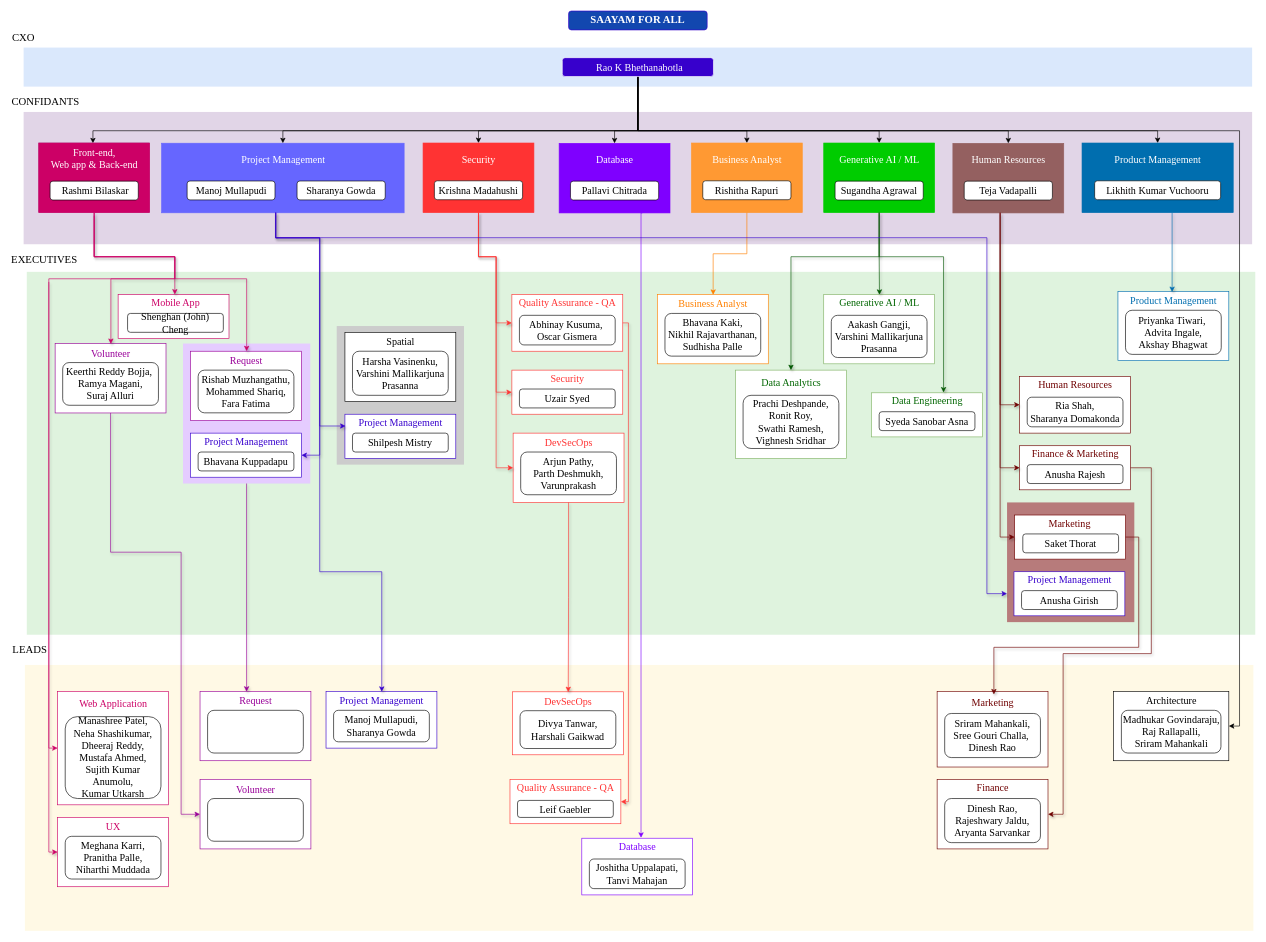
PallaviChitrada10/PallaviChitrada10 keeps this draw.io diagram as saayam_organizationchart.drawio. Above is the earlier version. Source tidied: cells renumbered, new cells numbered last; positions are measured from the earlier drawing's top-left corner, leaving out a move shared by most shapes. Both pictures are drawn from the tidied source at 63%, with x=0, y=0 at pixel (11, 11).
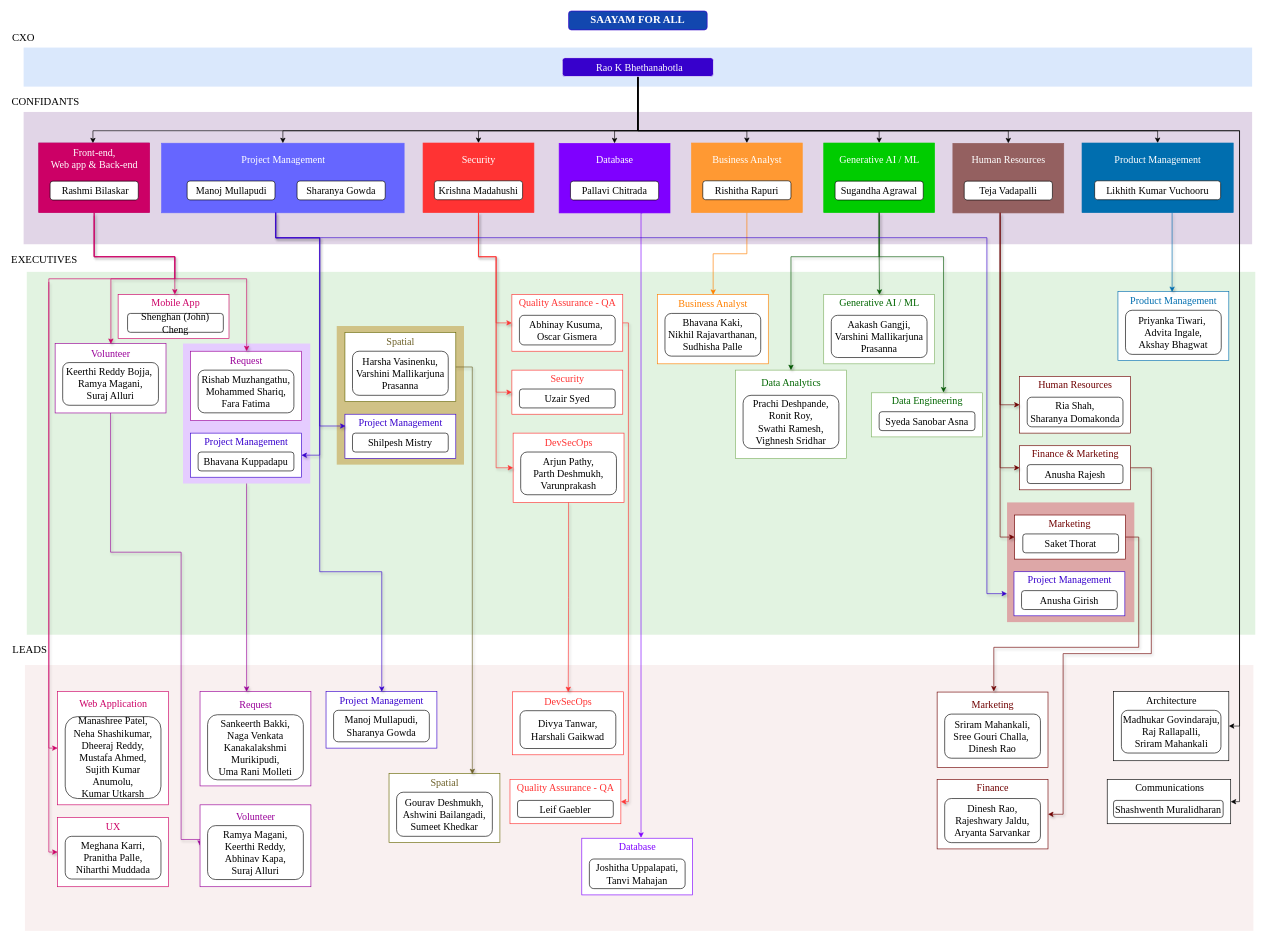
The same diagram, later.

Unchanged cells that the change refers to:
```xml
<mxCell id="16" value="&lt;p class=&quot;MsoNormal&quot; style=&quot;text-indent: 0.5in;&quot;&gt;&lt;font face=&quot;Garamond&quot; style=&quot;font-size: 16px; color: rgb(255, 255, 255);&quot;&gt;&amp;nbsp;Rao K Bhethanabotla&lt;/font&gt;&lt;/p&gt;" style="rounded=1;whiteSpace=wrap;html=1;fontFamily=Garamond;align=left;fillColor=#3700CC;strokeColor=#FFFFFF;" parent="1" vertex="1">
  <mxGeometry x="875" y="74" width="240" height="30" as="geometry" />
</mxCell>
<mxCell id="100" style="group;" parent="1" vertex="1">
  <mxGeometry x="530" y="530" width="189" height="212.2" as="geometry" />
</mxCell>
<mxCell id="116" style="group;" parent="1" vertex="1">
  <mxGeometry x="1581" y="800" width="202" height="180" as="geometry" />
</mxCell>
<mxCell id="118" style="rounded=0;whiteSpace=wrap;html=1;strokeColor=#6F0000;fillColor=light-dark(#ffffff, #1f2f1e);fontFamily=Garamond;" parent="116" vertex="1">
  <mxGeometry x="12" width="176" height="70" as="geometry" />
</mxCell>
<mxCell id="133" style="rounded=0;whiteSpace=wrap;html=1;strokeColor=#990099;fillColor=light-dark(#ffffff, #1f2f1e);fontFamily=Garamond;" parent="132" vertex="1">
  <mxGeometry width="176" height="110" as="geometry" />
</mxCell>
```

The edit, as a diff of the source:
```diff
@@
-    <mxCell id="2" style="rounded=0;whiteSpace=wrap;html=1;strokeColor=none;fillColor=light-dark(#fff9e5, #281d00);fontFamily=Garamond;" parent="1" vertex="1">
+    <mxCell id="2" style="rounded=0;whiteSpace=wrap;html=1;strokeColor=none;fillColor=light-dark(#f9f0f0, #281d00);fontFamily=Garamond;" parent="1" vertex="1">
       <mxGeometry x="22" y="1038" width="1950" height="422" as="geometry" />
     </mxCell>
-    <mxCell id="3" style="rounded=0;whiteSpace=wrap;html=1;strokeColor=none;fillColor=#DFF3DE;fontFamily=Garamond;" parent="1" vertex="1">
+    <mxCell id="3" style="rounded=0;whiteSpace=wrap;html=1;strokeColor=none;fillColor=light-dark(#E2F3E1,#152614);fontFamily=Garamond;" parent="1" vertex="1">
       <mxGeometry x="25" y="414" width="1950" height="576" as="geometry" />
     </mxCell>
@@
+    <mxCell id="226" style="edgeStyle=orthogonalEdgeStyle;rounded=0;jettySize=auto;html=1;exitX=0.5;exitY=1;exitDx=0;exitDy=0;entryX=1;entryY=0.5;entryDx=0;entryDy=0;" parent="1" edge="1" source="16" target="232">
+      <mxGeometry relative="1" as="geometry">
+        <Array as="points">
+          <mxPoint x="995" y="190" />
+          <mxPoint x="1950" y="190" />
+          <mxPoint x="1950" y="1255" />
+        </Array>
+      </mxGeometry>
+    </mxCell>
@@
-    <mxCell id="101" style="rounded=0;whiteSpace=wrap;html=1;strokeColor=none;fillColor=#CCCCCC;fontFamily=Garamond;" parent="100" vertex="1">
+    <mxCell id="101" style="rounded=0;whiteSpace=wrap;html=1;strokeColor=none;fillColor=light-dark(#d0c286, #a89d6d);fontFamily=Garamond;" parent="100" vertex="1">
       <mxGeometry x="-13" y="-30" width="202" height="220" as="geometry" />
     </mxCell>
-    <mxCell id="102" style="rounded=0;whiteSpace=wrap;html=1;strokeColor=#000000;fillColor=light-dark(#ffffff, #1f2f1e);fontFamily=Garamond;" parent="100" vertex="1">
+    <mxCell id="102" style="rounded=0;whiteSpace=wrap;html=1;strokeColor=#666600;fillColor=light-dark(#ffffff, #1f2f1e);fontFamily=Garamond;" parent="100" vertex="1">
       <mxGeometry y="-20" width="176" height="110" as="geometry" />
     </mxCell>
-    <mxCell id="103" value="&lt;font face=&quot;Garamond&quot;&gt;&lt;span style=&quot;font-size: 16px;&quot;&gt;Spatial&lt;/span&gt;&lt;/font&gt;" style="text;html=1;whiteSpace=wrap;strokeColor=none;fillColor=none;align=center;verticalAlign=middle;rounded=0;" parent="100" vertex="1">
+    <mxCell id="103" value="&lt;font face=&quot;Garamond&quot; style=&quot;color: rgb(108, 96, 40);&quot;&gt;&lt;span style=&quot;font-size: 16px;&quot;&gt;Spatial&lt;/span&gt;&lt;/font&gt;" style="text;html=1;whiteSpace=wrap;strokeColor=none;fillColor=none;align=center;verticalAlign=middle;rounded=0;" parent="100" vertex="1">
       <mxGeometry x="1" y="-18.6" width="175" height="24.4" as="geometry" />
     </mxCell>
@@
-    <mxCell id="117" style="rounded=0;whiteSpace=wrap;html=1;strokeColor=none;fillColor=light-dark(#b77b7b, #ffc5c5);fontFamily=Garamond;" parent="116" vertex="1">
+    <mxCell id="117" style="rounded=0;whiteSpace=wrap;html=1;strokeColor=none;fillColor=light-dark(#dda7a7, #ffc5c5);fontFamily=Garamond;" parent="116" vertex="1">
       <mxGeometry y="-20" width="202" height="190" as="geometry" />
     </mxCell>
@@
     <mxCell id="176" style="group;" parent="1" vertex="1">
-      <mxGeometry x="300" y="1080" width="176" height="110" as="geometry" />
+      <mxGeometry x="300" y="1080" width="176" height="150" as="geometry" />
     </mxCell>
     <mxCell id="177" style="rounded=0;whiteSpace=wrap;html=1;strokeColor=#990099;fillColor=light-dark(#ffffff, #1f2f1e);fontFamily=Garamond;" parent="176" vertex="1">
-      <mxGeometry width="176" height="110" as="geometry" />
+      <mxGeometry width="176" height="150" as="geometry" />
     </mxCell>
     <mxCell id="178" value="&lt;font face=&quot;Garamond&quot; style=&quot;color: rgb(153, 0, 153);&quot;&gt;&lt;span style=&quot;font-size: 16px;&quot;&gt;Request&lt;/span&gt;&lt;/font&gt;" style="text;html=1;whiteSpace=wrap;strokeColor=none;fillColor=none;align=center;verticalAlign=middle;rounded=0;" parent="176" vertex="1">
-      <mxGeometry x="1" y="0.5" width="175" height="29.9" as="geometry" />
+      <mxGeometry x="1" y="0.7" width="175" height="40.7" as="geometry" />
     </mxCell>
@@
-    <mxCell id="180" style="rounded=1;whiteSpace=wrap;html=1;fontFamily=Garamond;align=center;" parent="176" vertex="1">
-      <mxGeometry x="12" y="30" width="152" height="67.8" as="geometry" />
+    <mxCell id="180" value="&lt;div&gt;&lt;font style=&quot;font-size: 16px;&quot;&gt;Sankeerth Bakki,&lt;/font&gt;&lt;/div&gt;&lt;div&gt;&lt;font style=&quot;font-size: 16px;&quot;&gt;Naga Venkata Kanakalakshmi Murikipudi,&lt;/font&gt;&lt;/div&gt;&lt;div&gt;&lt;font style=&quot;font-size: 16px;&quot;&gt;Uma Rani Molleti&lt;/font&gt;&lt;/div&gt;" style="rounded=1;whiteSpace=wrap;html=1;fontFamily=Garamond;align=center;" parent="176" vertex="1">
+      <mxGeometry x="12" y="37" width="152" height="103.3" as="geometry" />
     </mxCell>
     <mxCell id="181" style="edgeStyle=orthogonalEdgeStyle;rounded=0;jettySize=auto;html=1;exitX=0.5;exitY=1;exitDx=0;exitDy=0;entryX=0;entryY=0.5;entryDx=0;entryDy=0;strokeColor=#990099;shadow=1;fillColor=#6a00ff;" parent="1" edge="1" source="133" target="183">
       <mxGeometry relative="1" as="geometry">
         <Array as="points">
           <mxPoint x="158" y="859" />
           <mxPoint x="270" y="859" />
-          <mxPoint x="270" y="1275" />
+          <mxPoint x="270" y="1315" />
         </Array>
       </mxGeometry>
     </mxCell>
     <mxCell id="182" style="group;" parent="1" vertex="1">
-      <mxGeometry x="300" y="1220" width="176" height="110" as="geometry" />
+      <mxGeometry x="300" y="1260" width="176" height="130" as="geometry" />
     </mxCell>
     <mxCell id="183" style="rounded=0;whiteSpace=wrap;html=1;strokeColor=#990099;fillColor=light-dark(#ffffff, #1f2f1e);fontFamily=Garamond;" parent="182" vertex="1">
-      <mxGeometry width="176" height="110" as="geometry" />
+      <mxGeometry width="176" height="130" as="geometry" />
     </mxCell>
     <mxCell id="184" value="&lt;font face=&quot;Garamond&quot; style=&quot;color: rgb(153, 0, 153);&quot;&gt;&lt;span style=&quot;font-size: 16px;&quot;&gt;Volunteer&lt;/span&gt;&lt;/font&gt;" style="text;html=1;whiteSpace=wrap;strokeColor=none;fillColor=none;align=center;verticalAlign=middle;rounded=0;" parent="182" vertex="1">
-      <mxGeometry x="1" y="0.5" width="175" height="29.9" as="geometry" />
+      <mxGeometry x="1" y="0.6" width="175" height="35.3" as="geometry" />
     </mxCell>
@@
-    <mxCell id="186" style="rounded=1;whiteSpace=wrap;html=1;fontFamily=Garamond;align=center;" parent="182" vertex="1">
-      <mxGeometry x="12" y="30" width="152" height="67.8" as="geometry" />
+    <mxCell id="186" value="&lt;font style=&quot;font-size: 16px;&quot;&gt;Ramya Magani,&lt;/font&gt;&lt;div&gt;&lt;font style=&quot;font-size: 16px;&quot;&gt;Keerthi Reddy,&lt;/font&gt;&lt;/div&gt;&lt;div&gt;&lt;font style=&quot;font-size: 16px;&quot;&gt;Abhinav Kapa,&lt;/font&gt;&lt;/div&gt;&lt;div&gt;&lt;font style=&quot;font-size: 16px;&quot;&gt;Suraj Alluri&lt;/font&gt;&lt;/div&gt;" style="rounded=1;whiteSpace=wrap;html=1;fontFamily=Garamond;align=center;" parent="182" vertex="1">
+      <mxGeometry x="12" y="33" width="152" height="85.6" as="geometry" />
     </mxCell>
@@
     <mxCell id="214" style="group;" parent="1" vertex="1">
-      <mxGeometry x="1470" y="1080" width="176" height="140" as="geometry" />
+      <mxGeometry x="1470" y="1081" width="176" height="140" as="geometry" />
     </mxCell>
@@
     <mxCell id="216" value="&lt;font face=&quot;Garamond&quot; style=&quot;color: rgb(111, 0, 0);&quot;&gt;&lt;span style=&quot;font-size: 16px;&quot;&gt;Marketing&lt;/span&gt;&lt;/font&gt;" style="text;html=1;whiteSpace=wrap;strokeColor=none;fillColor=none;align=center;verticalAlign=middle;rounded=0;" parent="214" vertex="1">
-      <mxGeometry x="1" y="-2.4" width="175" height="38" as="geometry" />
+      <mxGeometry x="1" y="0.6" width="175" height="38" as="geometry" />
     </mxCell>
@@
-    <mxCell id="219" style="edgeStyle=orthogonalEdgeStyle;rounded=0;jettySize=auto;html=1;exitX=1;exitY=0.5;exitDx=0;exitDy=0;entryX=0.509;entryY=0.188;entryDx=0;entryDy=0;entryPerimeter=0;elbow=vertical;strokeColor=#6F0000;fillColor=#a20025;shadow=1;" parent="1" edge="1" source="118" target="216">
+    <mxCell id="219" style="edgeStyle=orthogonalEdgeStyle;rounded=0;jettySize=auto;html=1;exitX=1;exitY=0.5;exitDx=0;exitDy=0;elbow=vertical;strokeColor=#6F0000;fillColor=#a20025;shadow=1;" parent="1" edge="1" source="118">
       <mxGeometry relative="1" as="geometry">
+        <mxPoint x="1560" y="1080" as="targetPoint" />
         <Array as="points">
           <mxPoint x="1790" y="835" />
           <mxPoint x="1790" y="1010" />
           <mxPoint x="1560" y="1010" />
         </Array>
       </mxGeometry>
     </mxCell>
@@
+    <mxCell id="227" style="rounded=0;whiteSpace=wrap;html=1;strokeColor=#666600;fillColor=light-dark(#ffffff, #1f2f1e);fontFamily=Garamond;" parent="1" vertex="1">
+      <mxGeometry x="600" y="1210" width="176" height="110" as="geometry" />
+    </mxCell>
+    <mxCell id="228" value="&lt;font face=&quot;Garamond&quot; style=&quot;color: rgb(108, 96, 40);&quot;&gt;&lt;span style=&quot;font-size: 16px;&quot;&gt;Spatial&lt;/span&gt;&lt;/font&gt;" style="text;html=1;whiteSpace=wrap;strokeColor=none;fillColor=none;align=center;verticalAlign=middle;rounded=0;" parent="1" vertex="1">
+      <mxGeometry x="601" y="1211.4" width="175" height="24.4" as="geometry" />
+    </mxCell>
+    <mxCell id="229" value="&lt;font style=&quot;font-size: 16px;&quot;&gt;Gourav Deshmukh,&lt;/font&gt;&lt;div&gt;&lt;font style=&quot;font-size: 16px;&quot;&gt;Ashwini Bailangadi,&lt;/font&gt;&lt;/div&gt;&lt;div&gt;&lt;font style=&quot;font-size: 16px;&quot;&gt;Sumeet Khedkar&lt;/font&gt;&lt;/div&gt;" style="rounded=1;whiteSpace=wrap;html=1;fontFamily=Garamond;align=center;" parent="1" vertex="1">
+      <mxGeometry x="612" y="1240" width="152" height="70" as="geometry" />
+    </mxCell>
+    <mxCell id="230" style="edgeStyle=orthogonalEdgeStyle;rounded=0;jettySize=auto;html=1;exitX=1;exitY=0.5;exitDx=0;exitDy=0;entryX=0.75;entryY=0;entryDx=0;entryDy=0;strokeColor=#6C6028;shadow=1;" parent="1" edge="1" source="102" target="228">
+      <mxGeometry relative="1" as="geometry" />
+    </mxCell>
+    <mxCell id="231" style="group;" parent="1" vertex="1">
+      <mxGeometry x="1760" y="1220" width="188" height="90" as="geometry" />
+    </mxCell>
+    <mxCell id="232" style="rounded=0;whiteSpace=wrap;html=1;strokeColor=#000000;fillColor=light-dark(#ffffff, #1f2f1e);fontFamily=Garamond;" parent="231" vertex="1">
+      <mxGeometry x="-20" width="196" height="70" as="geometry" />
+    </mxCell>
+    <mxCell id="233" value="&lt;font face=&quot;Garamond&quot; style=&quot;color: rgb(0, 0, 0);&quot;&gt;&lt;span style=&quot;font-size: 16px;&quot;&gt;Communications&lt;/span&gt;&lt;/font&gt;" style="text;html=1;whiteSpace=wrap;strokeColor=none;fillColor=none;align=center;verticalAlign=middle;rounded=0;" parent="231" vertex="1">
+      <mxGeometry x="-8" y="0.4" width="175" height="24.4" as="geometry" />
+    </mxCell>
+    <mxCell id="234" style="edgeStyle=orthogonalEdgeStyle;rounded=0;orthogonalLoop=1;jettySize=auto;html=1;exitX=0.5;exitY=1;exitDx=0;exitDy=0;" parent="231" edge="1" source="233" target="233">
+      <mxGeometry relative="1" as="geometry" />
+    </mxCell>
+    <mxCell id="235" value="&lt;span style=&quot;font-size: 16px;&quot;&gt;Shashwenth Muralidharan&lt;/span&gt;" style="rounded=1;whiteSpace=wrap;html=1;fontFamily=Garamond;align=center;" parent="231" vertex="1">
+      <mxGeometry x="-10" y="33" width="174" height="27" as="geometry" />
+    </mxCell>
```
